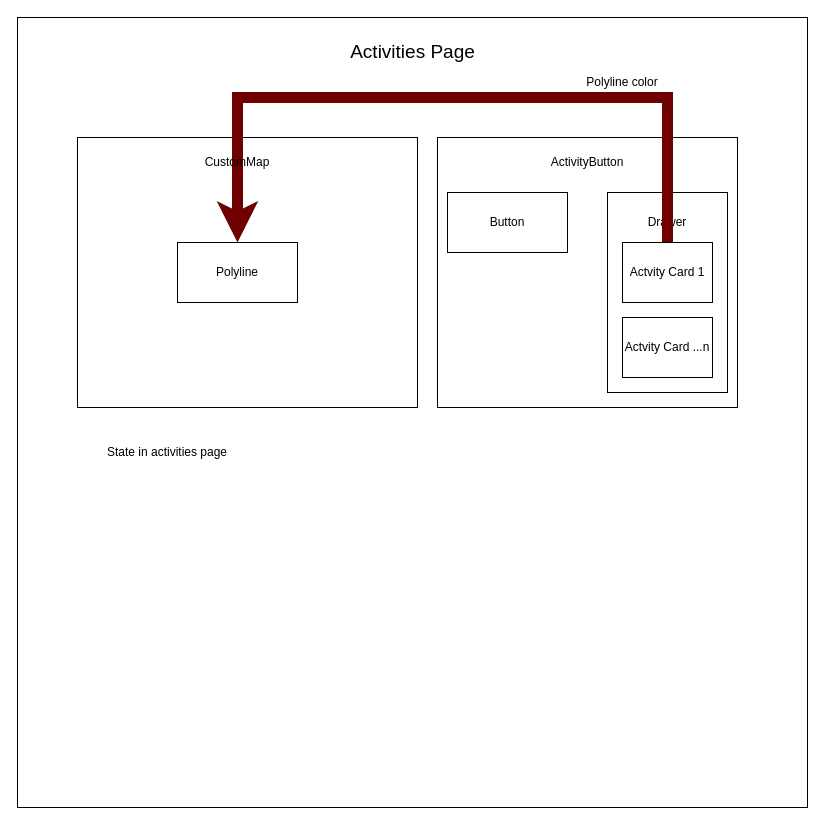
This is activities.drawio from gotaradu/adventuresync, a draw.io file, before an edit. Source tidied: cells renumbered, new cells numbered last; positions are measured from the earlier drawing's top-left corner, leaving out a move shared by most shapes. Both pictures are drawn from the tidied source at 100%, with x=0, y=0 at pixel (17, 17).
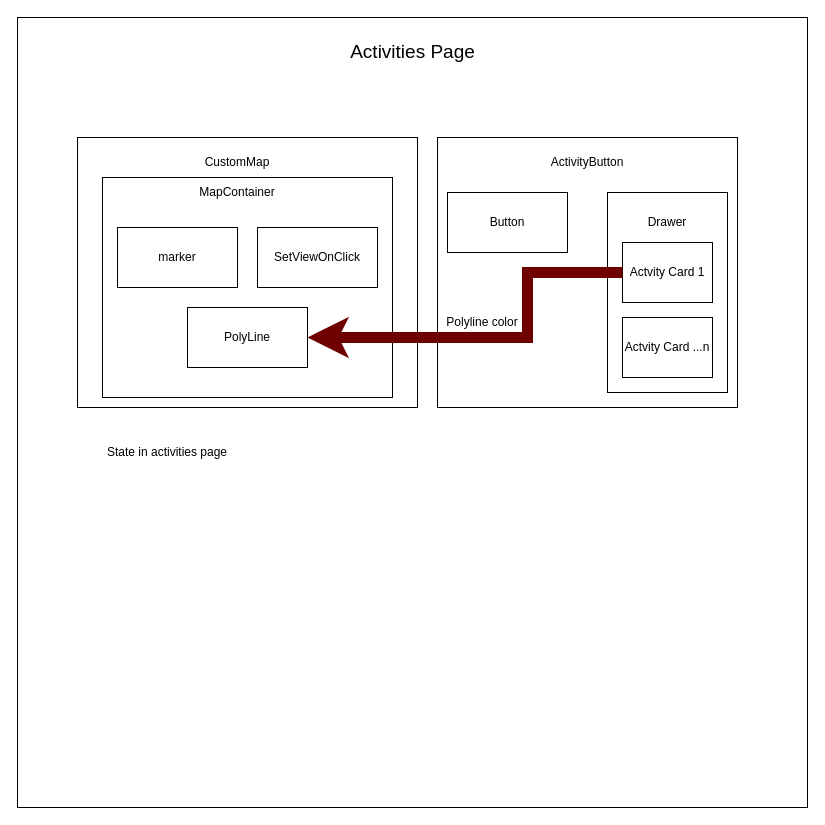
Above is the later version.

The change refers to these unchanged cells:
```xml
<mxCell id="11" value="Actvity Card 1" style="rounded=0;whiteSpace=wrap;html=1;" parent="1" vertex="1">
  <mxGeometry x="605" y="225" width="90" height="60" as="geometry" />
</mxCell>
```

What changed in the source:
```diff
@@
-    <mxCell id="10" style="edgeStyle=orthogonalEdgeStyle;rounded=0;jettySize=auto;html=1;exitX=0.5;exitY=0;exitDx=0;exitDy=0;entryX=0.5;entryY=0;entryDx=0;entryDy=0;fillColor=#a20025;strokeColor=#6F0000;strokeWidth=11;" parent="1" edge="1" source="11" target="13">
-      <mxGeometry relative="1" as="geometry">
-        <Array as="points">
-          <mxPoint x="650" y="80" />
-          <mxPoint x="220" y="80" />
-        </Array>
-      </mxGeometry>
-    </mxCell>
@@
-    <mxCell id="13" value="Polyline" style="rounded=0;whiteSpace=wrap;html=1;" parent="1" vertex="1">
-      <mxGeometry x="160" y="225" width="120" height="60" as="geometry" />
-    </mxCell>
@@
     <mxCell id="15" value="Polyline color" style="text;html=1;align=center;verticalAlign=middle;whiteSpace=wrap;rounded=0;" parent="1" vertex="1">
-      <mxGeometry x="550" y="50" width="110" height="30" as="geometry" />
+      <mxGeometry x="410" y="290" width="110" height="30" as="geometry" />
     </mxCell>
@@
+    <mxCell id="17" style="rounded=0;whiteSpace=wrap;html=1;" parent="1" vertex="1">
+      <mxGeometry x="85" y="160" width="290" height="220" as="geometry" />
+    </mxCell>
+    <mxCell id="18" value="MapContainer" style="text;html=1;align=center;verticalAlign=middle;whiteSpace=wrap;rounded=0;" parent="1" vertex="1">
+      <mxGeometry x="190" y="160" width="60" height="30" as="geometry" />
+    </mxCell>
+    <mxCell id="19" value="marker" style="rounded=0;whiteSpace=wrap;html=1;" parent="1" vertex="1">
+      <mxGeometry x="100" y="210" width="120" height="60" as="geometry" />
+    </mxCell>
+    <mxCell id="20" value="PolyLine" style="rounded=0;whiteSpace=wrap;html=1;" parent="1" vertex="1">
+      <mxGeometry x="170" y="290" width="120" height="60" as="geometry" />
+    </mxCell>
+    <mxCell id="21" value="SetViewOnClick" style="rounded=0;whiteSpace=wrap;html=1;" parent="1" vertex="1">
+      <mxGeometry x="240" y="210" width="120" height="60" as="geometry" />
+    </mxCell>
+    <mxCell id="10" style="edgeStyle=orthogonalEdgeStyle;rounded=0;jettySize=auto;html=1;fillColor=#a20025;strokeColor=#6F0000;strokeWidth=11;entryX=1;entryY=0.5;entryDx=0;entryDy=0;exitX=0;exitY=0.5;exitDx=0;exitDy=0;" parent="1" edge="1" source="11" target="20">
+      <mxGeometry relative="1" as="geometry">
+        <Array as="points">
+          <mxPoint x="510" y="255" />
+          <mxPoint x="510" y="320" />
+        </Array>
+      </mxGeometry>
+    </mxCell>
```
